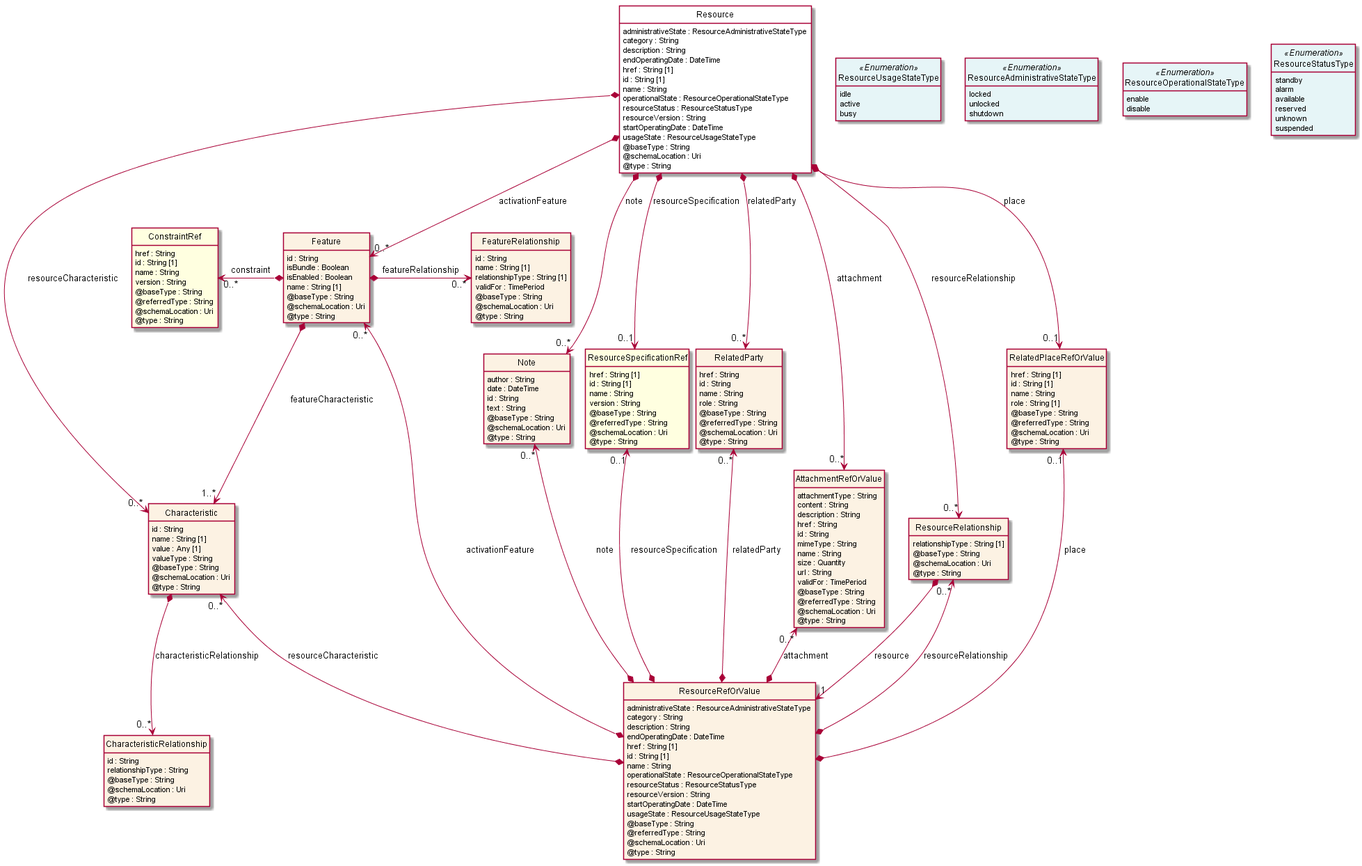
tmforum-apis/Open_Api_And_Data_Model keeps this PlantUML diagram as apis/TMF702_Resource_Activation/documentation/diagrams/Resource_Resource.png. Above is the earlier version.
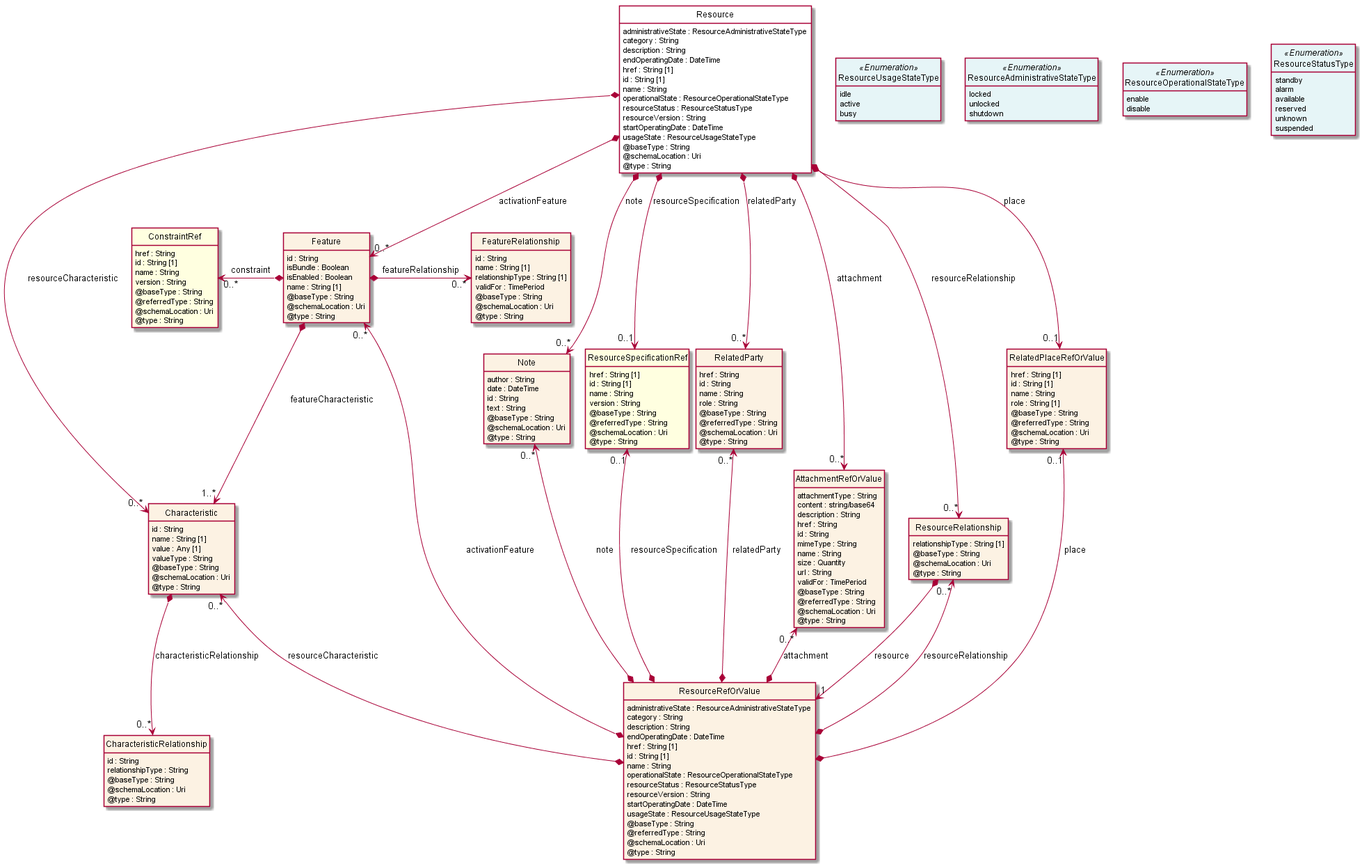
After the commit.

Diff of the diagram source:
```diff
@@ -137,7 +137,7 @@
 
 class AttachmentRefOrValue  {
     attachmentType : String
-    content : String
+    content : string/base64
     description : String
     href : String
     id : String
```
